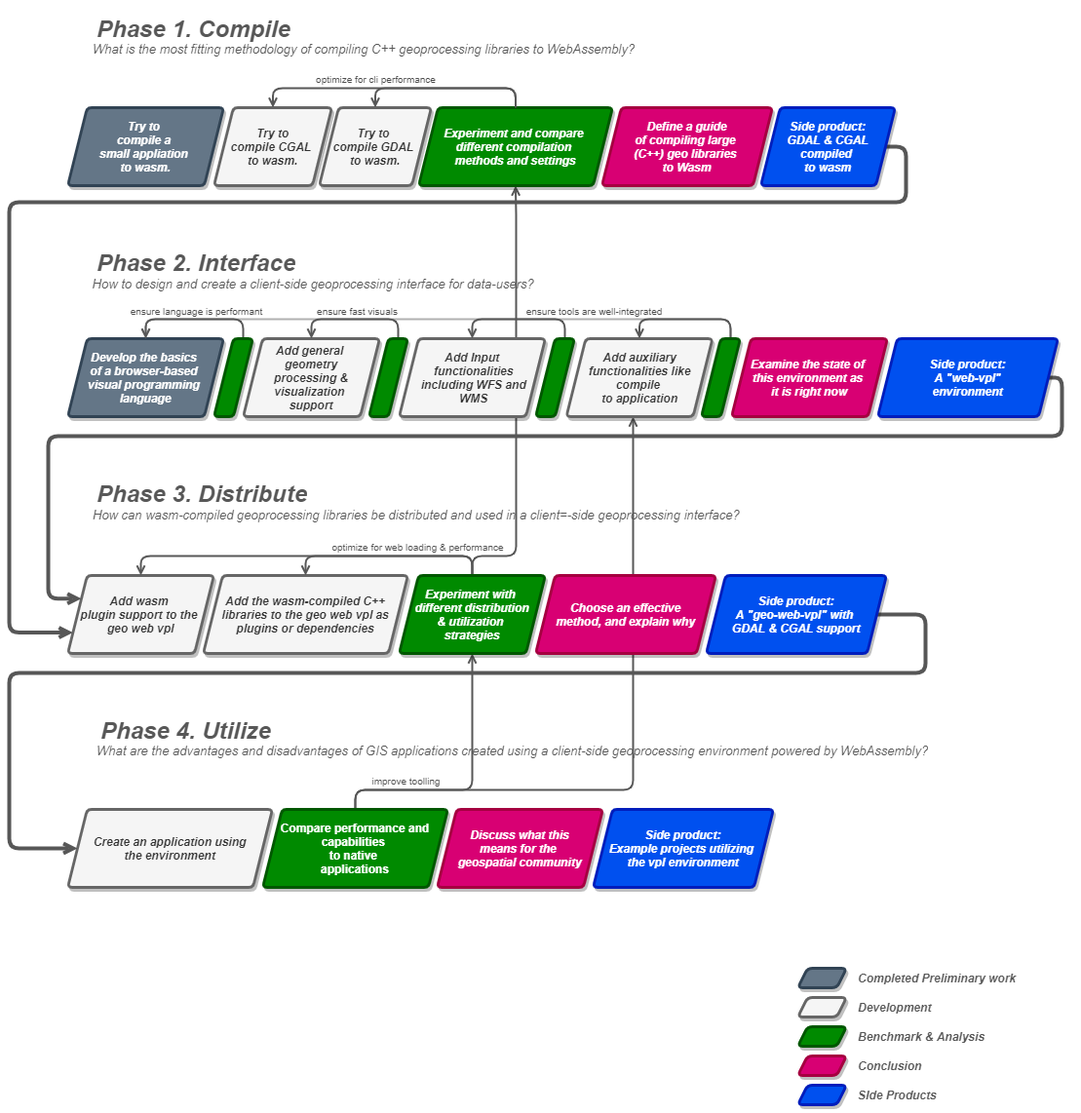
Above: proposal/schemas/methodology/method.png in the-red-feather/thesis (draw.io), before the change. Source tidied: cells renumbered, new cells last; positions are measured from the earlier drawing's top-left corner, leaving out a move shared by most shapes.
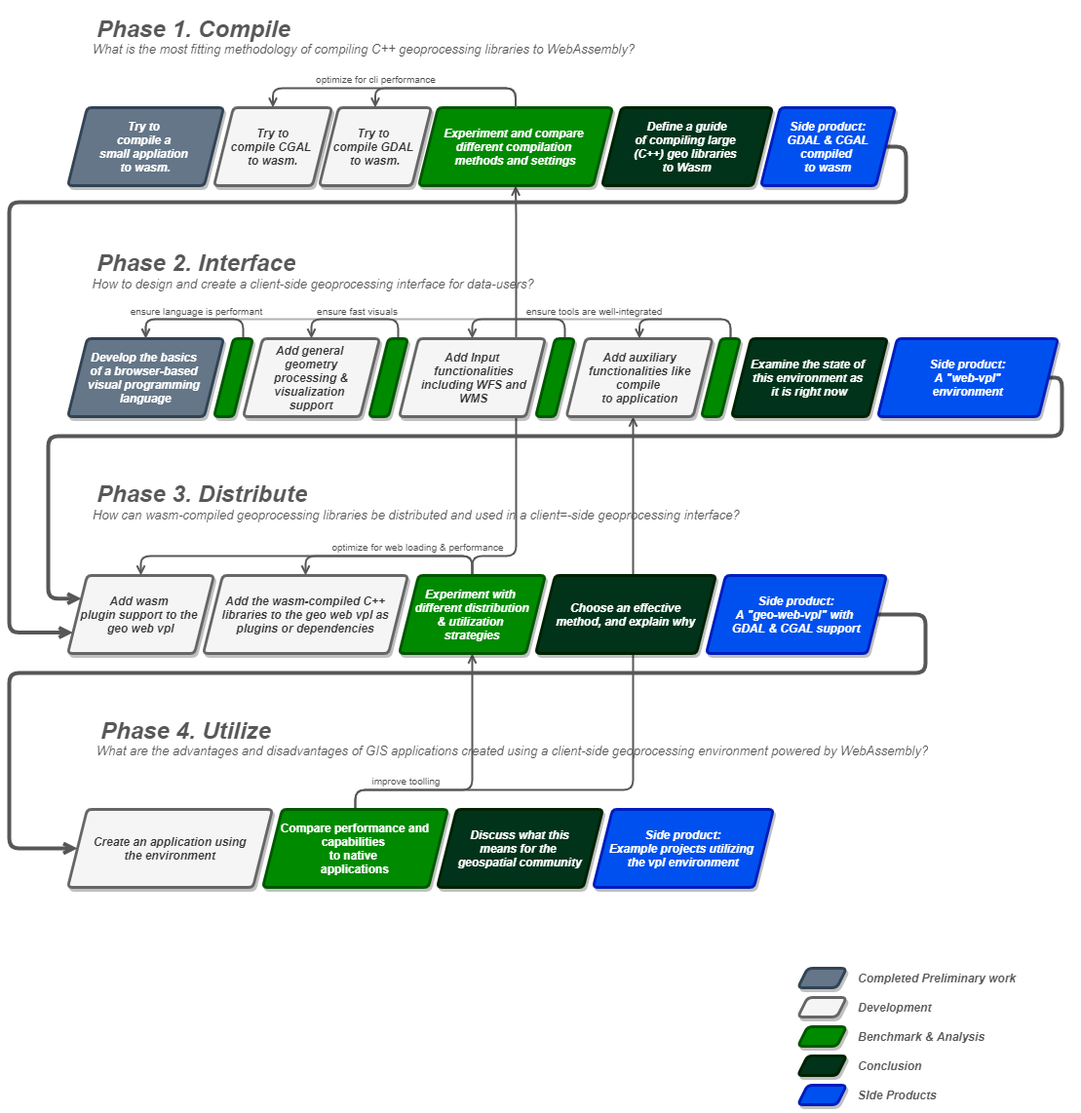
The same file after the commit.

Change to the diagram source:
```diff
@@ -81,7 +81,7 @@
     <mxCell id="20" value="&lt;div&gt;&lt;i&gt;&lt;b&gt;Try to &lt;br&gt;&lt;/b&gt;&lt;/i&gt;&lt;/div&gt;&lt;div&gt;&lt;i&gt;&lt;b&gt;compile GDAL &lt;br&gt;&lt;/b&gt;&lt;/i&gt;&lt;/div&gt;&lt;div&gt;&lt;i&gt;&lt;b&gt;to wasm.&lt;/b&gt;&lt;/i&gt;&lt;/div&gt;" style="shape=parallelogram;perimeter=parallelogramPerimeter;whiteSpace=wrap;html=1;fixedSize=1;fillColor=#f5f5f5;strokeColor=#666666;fontColor=#333333;rounded=1;strokeWidth=3;arcSize=9;shadow=1;fontFamily=Helvetica;" parent="1" vertex="1">
       <mxGeometry x="318" y="100" width="115" height="80" as="geometry" />
     </mxCell>
-    <mxCell id="21" value="&lt;b&gt;&lt;i&gt;Discuss what this&lt;br&gt;means for the &lt;br&gt;geospatial community&lt;br&gt;&lt;/i&gt;&lt;/b&gt;" style="shape=parallelogram;perimeter=parallelogramPerimeter;whiteSpace=wrap;html=1;fixedSize=1;rounded=1;strokeWidth=3;arcSize=9;shadow=1;fontFamily=Helvetica;fontColor=#ffffff;strokeColor=#A50040;fillColor=#d80073;" parent="1" vertex="1">
+    <mxCell id="21" value="&lt;b&gt;&lt;i&gt;Discuss what this&lt;br&gt;means for the &lt;br&gt;geospatial community&lt;br&gt;&lt;/i&gt;&lt;/b&gt;" style="shape=parallelogram;perimeter=parallelogramPerimeter;whiteSpace=wrap;html=1;fixedSize=1;rounded=1;strokeWidth=3;arcSize=9;shadow=1;fontFamily=Helvetica;fontColor=#ffffff;fillColor=#00331A;strokeColor=#002100;" parent="1" vertex="1">
       <mxGeometry x="439" y="820" width="170" height="80" as="geometry" />
     </mxCell>
     <mxCell id="22" value="&lt;b&gt;&lt;i&gt;Side product:&lt;br&gt;&lt;/i&gt;&lt;/b&gt;&lt;b&gt;&lt;i&gt;Example projects utilizing&amp;nbsp;&lt;br&gt;the vpl environment&lt;br&gt;&lt;/i&gt;&lt;/b&gt;" style="shape=parallelogram;perimeter=parallelogramPerimeter;whiteSpace=wrap;html=1;fixedSize=1;rounded=1;strokeWidth=3;arcSize=9;shadow=1;fontFamily=Helvetica;fontColor=#ffffff;strokeColor=#001DBC;fillColor=#0050ef;" parent="1" vertex="1">
@@ -103,7 +103,7 @@
     <mxCell id="25" value="&lt;b&gt;&lt;i&gt;Add Input&lt;br&gt;&amp;nbsp;functionalities&lt;br&gt;&amp;nbsp;including WFS and&lt;br&gt;&amp;nbsp;WMS&lt;/i&gt;&lt;/b&gt;" style="shape=parallelogram;perimeter=parallelogramPerimeter;whiteSpace=wrap;html=1;fixedSize=1;fillColor=#f5f5f5;strokeColor=#666666;fontColor=#333333;rounded=1;strokeWidth=3;arcSize=9;shadow=1;fontFamily=Helvetica;" parent="1" vertex="1">
       <mxGeometry x="400" y="337" width="150" height="80" as="geometry" />
     </mxCell>
-    <mxCell id="26" value="&lt;b&gt;&lt;i&gt;Choose an effective&lt;br&gt;method, and explain why&lt;br&gt;&lt;/i&gt;&lt;/b&gt;" style="shape=parallelogram;perimeter=parallelogramPerimeter;whiteSpace=wrap;html=1;fixedSize=1;rounded=1;strokeWidth=3;arcSize=9;shadow=1;fontFamily=Helvetica;fontColor=#ffffff;strokeColor=#A50040;fillColor=#d80073;" parent="1" vertex="1">
+    <mxCell id="26" value="&lt;b&gt;&lt;i&gt;Choose an effective&lt;br&gt;method, and explain why&lt;br&gt;&lt;/i&gt;&lt;/b&gt;" style="shape=parallelogram;perimeter=parallelogramPerimeter;whiteSpace=wrap;html=1;fixedSize=1;rounded=1;strokeWidth=3;arcSize=9;shadow=1;fontFamily=Helvetica;fontColor=#ffffff;fillColor=#00331A;strokeColor=#002100;" parent="1" vertex="1">
       <mxGeometry x="540" y="580" width="185" height="80" as="geometry" />
     </mxCell>
     <mxCell id="27" style="edgeStyle=orthogonalEdgeStyle;jettySize=auto;html=1;exitX=1;exitY=0.5;exitDx=0;exitDy=0;entryX=0;entryY=0.5;entryDx=0;entryDy=0;shadow=0;endArrow=open;endFill=0;strokeColor=#575757;strokeWidth=4;" parent="1" edge="1" source="28" target="6">
@@ -119,7 +119,7 @@
     <mxCell id="28" value="&lt;b&gt;&lt;i&gt;Side product:&lt;br&gt;&lt;/i&gt;&lt;/b&gt;&lt;b&gt;&lt;i&gt;A &quot;geo-web-vpl&quot; with&amp;nbsp;&lt;br&gt;GDAL &amp;amp; CGAL support&lt;br&gt;&lt;/i&gt;&lt;/b&gt;" style="shape=parallelogram;perimeter=parallelogramPerimeter;whiteSpace=wrap;html=1;fixedSize=1;rounded=1;strokeWidth=3;arcSize=9;shadow=1;fontFamily=Helvetica;fontColor=#ffffff;strokeColor=#001DBC;fillColor=#0050ef;" parent="1" vertex="1">
       <mxGeometry x="715" y="580" width="185" height="80" as="geometry" />
     </mxCell>
-    <mxCell id="29" value="&lt;b&gt;&lt;i&gt;Examine the state of &lt;br&gt;this environment as &lt;br&gt;it is right now&lt;br&gt;&lt;/i&gt;&lt;/b&gt;" style="shape=parallelogram;perimeter=parallelogramPerimeter;whiteSpace=wrap;html=1;fixedSize=1;rounded=1;strokeWidth=3;arcSize=9;shadow=1;fontFamily=Helvetica;gradientDirection=west;fontColor=#ffffff;strokeColor=#A50040;fillColor=#d80073;" parent="1" vertex="1">
+    <mxCell id="29" value="&lt;b&gt;&lt;i&gt;Examine the state of &lt;br&gt;this environment as &lt;br&gt;it is right now&lt;br&gt;&lt;/i&gt;&lt;/b&gt;" style="shape=parallelogram;perimeter=parallelogramPerimeter;whiteSpace=wrap;html=1;fixedSize=1;rounded=1;strokeWidth=3;arcSize=9;shadow=1;fontFamily=Helvetica;gradientDirection=west;fontColor=#ffffff;fillColor=#00331A;strokeColor=#002100;" parent="1" vertex="1">
       <mxGeometry x="741" y="337" width="160" height="80" as="geometry" />
     </mxCell>
     <mxCell id="30" style="edgeStyle=orthogonalEdgeStyle;jettySize=auto;html=1;exitX=1;exitY=0.5;exitDx=0;exitDy=0;entryX=0;entryY=0.25;entryDx=0;entryDy=0;shadow=0;fontFamily=Helvetica;fontColor=#333333;endArrow=open;endFill=0;strokeColor=#575757;strokeWidth=4;" parent="1" edge="1" source="31" target="3">
@@ -153,7 +153,7 @@
     <mxCell id="37" style="shape=parallelogram;perimeter=parallelogramPerimeter;whiteSpace=wrap;html=1;fixedSize=1;rounded=1;strokeWidth=3;arcSize=10;shadow=1;size=10;fontFamily=Helvetica;strokeColor=#005700;fillColor=#008a00;fontColor=#ffffff;" parent="33" vertex="1">
       <mxGeometry x="100" y="75" width="50" height="20" as="geometry" />
     </mxCell>
-    <mxCell id="38" style="shape=parallelogram;perimeter=parallelogramPerimeter;whiteSpace=wrap;html=1;fixedSize=1;rounded=1;strokeWidth=3;arcSize=10;shadow=1;size=10;fontFamily=Helvetica;strokeColor=#A50040;fillColor=#d80073;fontColor=#ffffff;" parent="33" vertex="1">
+    <mxCell id="38" style="shape=parallelogram;perimeter=parallelogramPerimeter;whiteSpace=wrap;html=1;fixedSize=1;rounded=1;strokeWidth=3;arcSize=9;shadow=1;size=10;fontFamily=Helvetica;strokeColor=#002100;fillColor=#00331A;fontColor=#ffffff;" parent="33" vertex="1">
       <mxGeometry x="100" y="105" width="50" height="20" as="geometry" />
     </mxCell>
     <mxCell id="39" value="&lt;div&gt;&lt;b&gt;&lt;i&gt;Development&amp;nbsp;&lt;/i&gt;&lt;/b&gt;&lt;/div&gt;" style="text;html=1;strokeColor=none;fillColor=none;align=left;verticalAlign=middle;whiteSpace=wrap;rounded=0;shadow=1;fontColor=#575757;fontFamily=Helvetica;" parent="33" vertex="1">
@@ -186,7 +186,7 @@
     <mxCell id="48" value="&lt;b&gt;&lt;i&gt;Side product:&lt;br&gt;GDAL &amp;amp; CGAL&lt;br&gt;compiled &lt;br&gt;to wasm&lt;br&gt;&lt;/i&gt;&lt;/b&gt;" style="shape=parallelogram;perimeter=parallelogramPerimeter;whiteSpace=wrap;html=1;fixedSize=1;rounded=1;strokeWidth=3;arcSize=9;shadow=1;fontFamily=Helvetica;fontColor=#ffffff;strokeColor=#001DBC;fillColor=#0050ef;" parent="1" vertex="1">
       <mxGeometry x="771" y="100" width="138" height="80" as="geometry" />
     </mxCell>
-    <mxCell id="49" value="&lt;div&gt;&lt;i&gt;&lt;b&gt;Define a guide&lt;br&gt;&lt;/b&gt;&lt;/i&gt;&lt;/div&gt;&lt;div&gt;&lt;i&gt;&lt;b&gt;of compiling large &lt;br&gt;(C++) geo libraries&amp;nbsp;&lt;/b&gt;&lt;/i&gt;&lt;/div&gt;&lt;div&gt;&lt;i&gt;&lt;b&gt;to Wasm&lt;/b&gt;&lt;/i&gt;&lt;/div&gt;" style="shape=parallelogram;perimeter=parallelogramPerimeter;whiteSpace=wrap;html=1;fixedSize=1;rounded=1;strokeWidth=3;arcSize=9;shadow=1;fontFamily=Helvetica;fontColor=#ffffff;strokeColor=#A50040;fillColor=#d80073;" parent="1" vertex="1">
+    <mxCell id="49" value="&lt;div&gt;&lt;i&gt;&lt;b&gt;Define a guide&lt;br&gt;&lt;/b&gt;&lt;/i&gt;&lt;/div&gt;&lt;div&gt;&lt;i&gt;&lt;b&gt;of compiling large &lt;br&gt;(C++) geo libraries&amp;nbsp;&lt;/b&gt;&lt;/i&gt;&lt;/div&gt;&lt;div&gt;&lt;i&gt;&lt;b&gt;to Wasm&lt;/b&gt;&lt;/i&gt;&lt;/div&gt;" style="shape=parallelogram;perimeter=parallelogramPerimeter;whiteSpace=wrap;html=1;fixedSize=1;rounded=1;strokeWidth=3;arcSize=9;shadow=1;fontFamily=Helvetica;fontColor=#ffffff;fillColor=#00331A;strokeColor=#002100;" parent="1" vertex="1">
       <mxGeometry x="608" y="100" width="175" height="80" as="geometry" />
     </mxCell>
     <mxCell id="50" style="edgeStyle=orthogonalEdgeStyle;jettySize=auto;html=1;exitX=0.5;exitY=0;exitDx=0;exitDy=0;entryX=0.5;entryY=0;entryDx=0;entryDy=0;shadow=0;fontSize=10;fontColor=#4D4D4D;endArrow=open;endFill=0;strokeColor=#575757;strokeWidth=2;" parent="1" edge="1" source="51" target="4">
```
